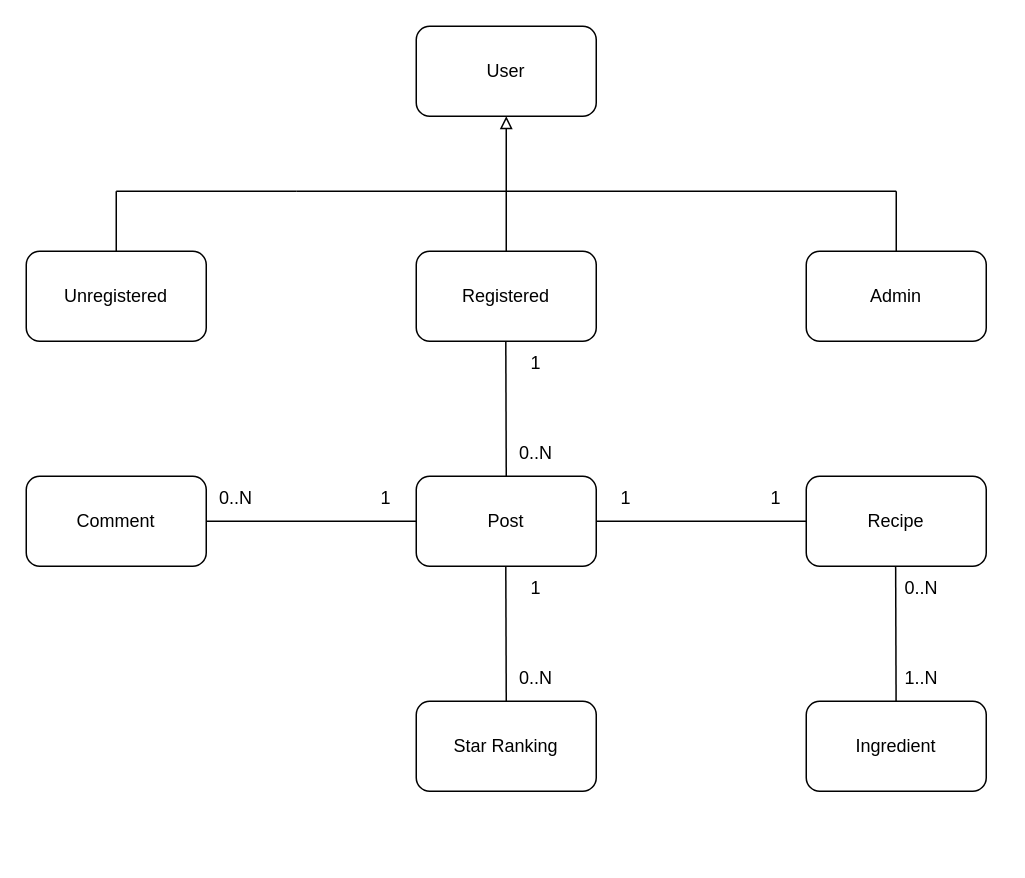
The draw.io diagram Idea/PowerPoint/Resources/uml_class_diagram.drawio in GiuseppeSoriano/WeFood, before the edit. Source tidied: cells renumbered, new cells numbered last; positions are measured from the earlier drawing's top-left corner, leaving out a move shared by most shapes. Both pictures are drawn from the tidied source at 150%, with x=0, y=0 at pixel (26, 26).
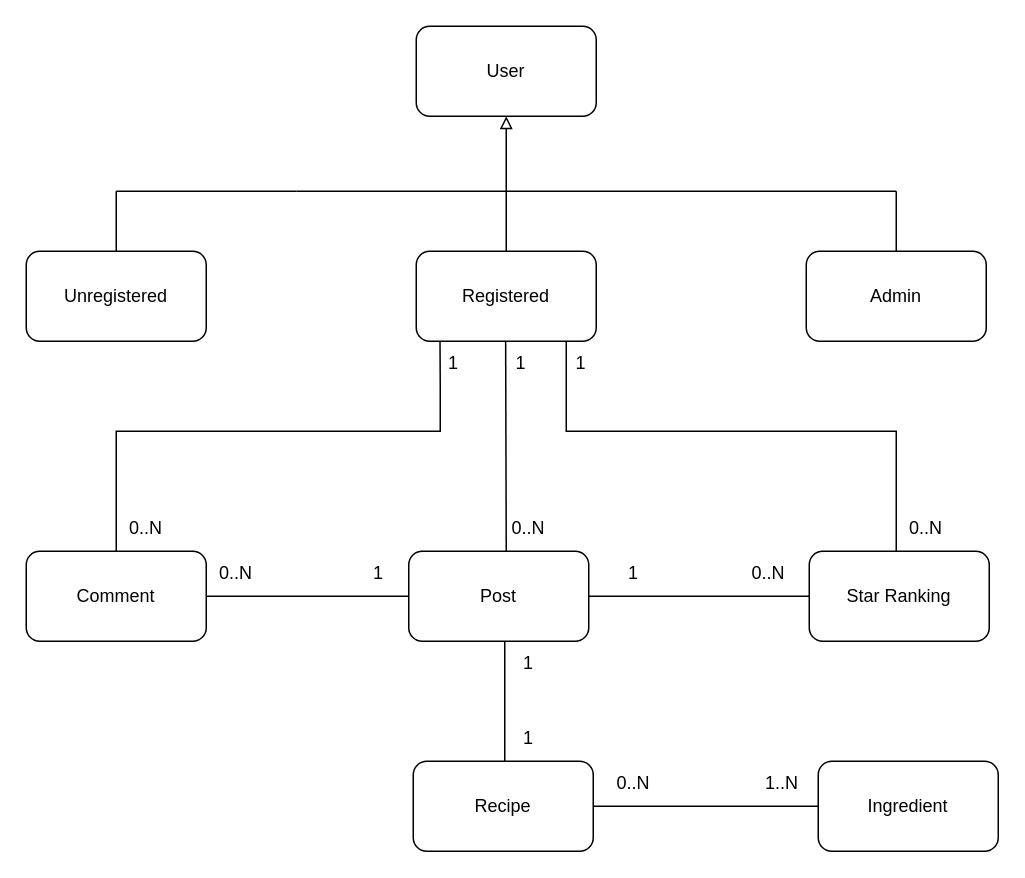
After the change.

The change refers to these unchanged cells:
```xml
<mxCell id="5" value="Registered" style="rounded=1;whiteSpace=wrap;html=1;" parent="1" vertex="1">
  <mxGeometry x="260" y="150" width="120" height="60" as="geometry" />
</mxCell>
```

The edit, as a diff of the source:
```diff
@@
     <mxCell id="3" value="Recipe" style="rounded=1;whiteSpace=wrap;html=1;" parent="1" vertex="1">
-      <mxGeometry x="520" y="300" width="120" height="60" as="geometry" />
+      <mxGeometry x="258" y="490" width="120" height="60" as="geometry" />
     </mxCell>
     <mxCell id="4" value="Ingredient" style="rounded=1;whiteSpace=wrap;html=1;" parent="1" vertex="1">
-      <mxGeometry x="520" y="450" width="120" height="60" as="geometry" />
+      <mxGeometry x="528" y="490" width="120" height="60" as="geometry" />
     </mxCell>
@@
     <mxCell id="6" value="Star Ranking" style="rounded=1;whiteSpace=wrap;html=1;" parent="1" vertex="1">
-      <mxGeometry x="260" y="450" width="120" height="60" as="geometry" />
+      <mxGeometry x="522" y="350" width="120" height="60" as="geometry" />
     </mxCell>
@@
-    <mxCell id="15" style="endArrow=none;html=1;rounded=0;" parent="1" edge="1">
+    <mxCell id="15" style="endArrow=none;html=1;rounded=0;exitX=0.132;exitY=0.998;exitDx=0;exitDy=0;exitPerimeter=0;" parent="1" edge="1" source="5">
       <mxGeometry relative="1" as="geometry">
-        <mxPoint x="319.7" y="210" as="sourcePoint" />
-        <mxPoint x="320" y="300" as="targetPoint" />
+        <mxPoint x="60" y="350" as="targetPoint" />
+        <Array as="points">
+          <mxPoint x="276" y="240" />
+          <mxPoint x="276" y="270" />
+          <mxPoint x="190" y="270" />
+          <mxPoint x="60" y="270" />
+        </Array>
       </mxGeometry>
     </mxCell>
     <mxCell id="16" value="Post" style="rounded=1;whiteSpace=wrap;html=1;" parent="1" vertex="1">
-      <mxGeometry x="260" y="300" width="120" height="60" as="geometry" />
+      <mxGeometry x="255" y="350" width="120" height="60" as="geometry" />
     </mxCell>
     <mxCell id="17" value="0..N" style="text;html=1;strokeColor=none;fillColor=none;align=center;verticalAlign=middle;whiteSpace=wrap;rounded=0;" parent="1" vertex="1">
-      <mxGeometry x="310" y="270" width="60" height="30" as="geometry" />
+      <mxGeometry x="305" y="320" width="60" height="30" as="geometry" />
     </mxCell>
     <mxCell id="18" value="1" style="text;html=1;strokeColor=none;fillColor=none;align=center;verticalAlign=middle;whiteSpace=wrap;rounded=0;" parent="1" vertex="1">
-      <mxGeometry x="310" y="210" width="60" height="30" as="geometry" />
+      <mxGeometry x="300" y="210" width="60" height="30" as="geometry" />
     </mxCell>
-    <mxCell id="19" style="endArrow=none;html=1;rounded=0;entryX=0;entryY=0.5;entryDx=0;entryDy=0;exitX=1;exitY=0.5;exitDx=0;exitDy=0;" parent="1" edge="1" source="16" target="3">
-      <mxGeometry relative="1" as="geometry" />
+    <mxCell id="19" style="endArrow=none;html=1;rounded=0;entryX=0.5;entryY=0;entryDx=0;entryDy=0;exitX=0.5;exitY=1;exitDx=0;exitDy=0;" parent="1" edge="1">
+      <mxGeometry relative="1" as="geometry">
+        <mxPoint x="319" y="410" as="sourcePoint" />
+        <mxPoint x="319" y="490" as="targetPoint" />
+      </mxGeometry>
     </mxCell>
     <mxCell id="20" value="1" style="text;html=1;strokeColor=none;fillColor=none;align=center;verticalAlign=middle;whiteSpace=wrap;rounded=0;" parent="1" vertex="1">
-      <mxGeometry x="470" y="300" width="60" height="30" as="geometry" />
+      <mxGeometry x="305" y="460" width="60" height="30" as="geometry" />
     </mxCell>
     <mxCell id="21" value="1" style="text;html=1;strokeColor=none;fillColor=none;align=center;verticalAlign=middle;whiteSpace=wrap;rounded=0;" parent="1" vertex="1">
-      <mxGeometry x="370" y="300" width="60" height="30" as="geometry" />
+      <mxGeometry x="305" y="410" width="60" height="30" as="geometry" />
     </mxCell>
     <mxCell id="22" style="endArrow=none;html=1;rounded=0;entryX=0;entryY=0.5;entryDx=0;entryDy=0;exitX=1;exitY=0.5;exitDx=0;exitDy=0;" parent="1" edge="1" source="24">
       <mxGeometry relative="1" as="geometry">
-        <mxPoint x="260" y="330" as="targetPoint" />
+        <mxPoint x="255" y="380" as="targetPoint" />
       </mxGeometry>
     </mxCell>
     <mxCell id="23" value="0..N" style="text;html=1;strokeColor=none;fillColor=none;align=center;verticalAlign=middle;whiteSpace=wrap;rounded=0;" parent="1" vertex="1">
-      <mxGeometry x="110" y="300" width="60" height="30" as="geometry" />
+      <mxGeometry x="110" y="350" width="60" height="30" as="geometry" />
     </mxCell>
     <mxCell id="24" value="Comment" style="rounded=1;whiteSpace=wrap;html=1;" parent="1" vertex="1">
-      <mxGeometry y="300" width="120" height="60" as="geometry" />
+      <mxGeometry y="350" width="120" height="60" as="geometry" />
     </mxCell>
     <mxCell id="25" value="1" style="text;html=1;strokeColor=none;fillColor=none;align=center;verticalAlign=middle;whiteSpace=wrap;rounded=0;" parent="1" vertex="1">
-      <mxGeometry x="210" y="300" width="60" height="30" as="geometry" />
+      <mxGeometry x="205" y="350" width="60" height="30" as="geometry" />
     </mxCell>
-    <mxCell id="26" style="endArrow=none;html=1;rounded=0;" parent="1" edge="1">
-      <mxGeometry relative="1" as="geometry">
-        <mxPoint x="319.7" y="360" as="sourcePoint" />
-        <mxPoint x="320" y="450" as="targetPoint" />
-      </mxGeometry>
+    <mxCell id="26" style="endArrow=none;html=1;rounded=0;exitX=1;exitY=0.5;exitDx=0;exitDy=0;entryX=0;entryY=0.5;entryDx=0;entryDy=0;" parent="1" edge="1" source="16" target="6">
+      <mxGeometry relative="1" as="geometry" />
     </mxCell>
     <mxCell id="27" value="0..N" style="text;html=1;strokeColor=none;fillColor=none;align=center;verticalAlign=middle;whiteSpace=wrap;rounded=0;" parent="1" vertex="1">
-      <mxGeometry x="310" y="420" width="60" height="30" as="geometry" />
+      <mxGeometry x="465" y="350" width="60" height="30" as="geometry" />
     </mxCell>
     <mxCell id="28" value="1" style="text;html=1;strokeColor=none;fillColor=none;align=center;verticalAlign=middle;whiteSpace=wrap;rounded=0;" parent="1" vertex="1">
-      <mxGeometry x="310" y="360" width="60" height="30" as="geometry" />
+      <mxGeometry x="375" y="350" width="60" height="30" as="geometry" />
     </mxCell>
-    <mxCell id="29" style="endArrow=none;html=1;rounded=0;" parent="1" edge="1">
-      <mxGeometry relative="1" as="geometry">
-        <mxPoint x="579.6" y="360" as="sourcePoint" />
-        <mxPoint x="579.9" y="450" as="targetPoint" />
-      </mxGeometry>
+    <mxCell id="29" style="endArrow=none;html=1;rounded=0;exitX=1;exitY=0.5;exitDx=0;exitDy=0;entryX=0;entryY=0.5;entryDx=0;entryDy=0;" parent="1" edge="1" source="3" target="4">
+      <mxGeometry relative="1" as="geometry" />
     </mxCell>
     <mxCell id="30" value="1..N" style="text;html=1;strokeColor=none;fillColor=none;align=center;verticalAlign=middle;whiteSpace=wrap;rounded=0;" parent="1" vertex="1">
-      <mxGeometry x="567" y="420" width="60" height="30" as="geometry" />
+      <mxGeometry x="474" y="490" width="60" height="30" as="geometry" />
     </mxCell>
     <mxCell id="31" value="0..N" style="text;html=1;strokeColor=none;fillColor=none;align=center;verticalAlign=middle;whiteSpace=wrap;rounded=0;" parent="1" vertex="1">
-      <mxGeometry x="567" y="360" width="60" height="30" as="geometry" />
+      <mxGeometry x="375" y="490" width="60" height="30" as="geometry" />
     </mxCell>
+    <mxCell id="32" style="endArrow=none;html=1;rounded=0;entryX=0.25;entryY=1;entryDx=0;entryDy=0;exitX=0.5;exitY=1;exitDx=0;exitDy=0;" parent="1" edge="1" target="17">
+      <mxGeometry relative="1" as="geometry">
+        <mxPoint x="319.6" y="210" as="sourcePoint" />
+      </mxGeometry>
+    </mxCell>
+    <mxCell id="33" style="endArrow=none;html=1;rounded=0;exitX=0.5;exitY=1;exitDx=0;exitDy=0;" parent="1" edge="1">
+      <mxGeometry relative="1" as="geometry">
+        <mxPoint x="360" y="210" as="sourcePoint" />
+        <mxPoint x="580" y="350" as="targetPoint" />
+        <Array as="points">
+          <mxPoint x="360" y="270" />
+          <mxPoint x="470" y="270" />
+          <mxPoint x="580" y="270" />
+        </Array>
+      </mxGeometry>
+    </mxCell>
+    <mxCell id="34" value="1" style="text;html=1;strokeColor=none;fillColor=none;align=center;verticalAlign=middle;whiteSpace=wrap;rounded=0;" parent="1" vertex="1">
+      <mxGeometry x="340" y="210" width="60" height="30" as="geometry" />
+    </mxCell>
+    <mxCell id="35" value="1" style="text;html=1;strokeColor=none;fillColor=none;align=center;verticalAlign=middle;whiteSpace=wrap;rounded=0;" parent="1" vertex="1">
+      <mxGeometry x="255" y="210" width="60" height="30" as="geometry" />
+    </mxCell>
+    <mxCell id="36" value="0..N" style="text;html=1;strokeColor=none;fillColor=none;align=center;verticalAlign=middle;whiteSpace=wrap;rounded=0;" parent="1" vertex="1">
+      <mxGeometry x="50" y="320" width="60" height="30" as="geometry" />
+    </mxCell>
+    <mxCell id="37" value="0..N" style="text;html=1;strokeColor=none;fillColor=none;align=center;verticalAlign=middle;whiteSpace=wrap;rounded=0;" parent="1" vertex="1">
+      <mxGeometry x="570" y="320" width="60" height="30" as="geometry" />
+    </mxCell>
```
